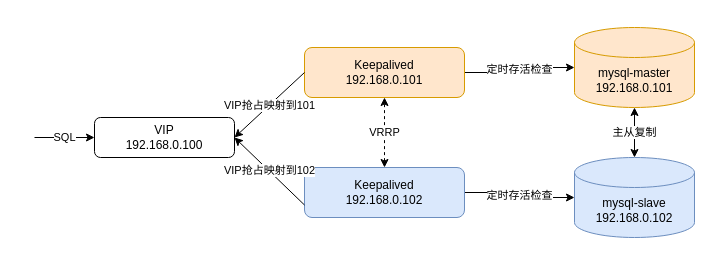
Before: mysql-keepalived.drawio in linlin8/linlin8.github.io, a draw.io diagram. Source tidied: cells renumbered, new cells numbered last; positions are measured from the earlier drawing's top-left corner, leaving out a move shared by most shapes. Both pictures are drawn from the tidied source at 100%, with x=0, y=0 at pixel (34, 27).
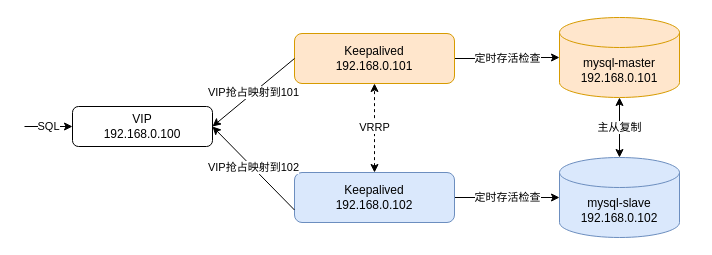
After the change.

Diff of the diagram source:
```diff
@@
 <mxGraphModel>
   <root>
     <mxCell id="0" />
     <mxCell id="1" parent="0" />
     <mxCell id="2" value="mysql-master&lt;br&gt;192.168.0.101" style="shape=cylinder3;whiteSpace=wrap;html=1;boundedLbl=1;backgroundOutline=1;size=15;fillColor=#ffe6cc;strokeColor=#d79b00;" parent="1" vertex="1">
-      <mxGeometry x="540" width="120" height="80" as="geometry" />
+      <mxGeometry x="525" y="-10" width="120" height="80" as="geometry" />
     </mxCell>
     <mxCell id="3" value="mysql-slave&lt;br&gt;192.168.0.102" style="shape=cylinder3;whiteSpace=wrap;html=1;boundedLbl=1;backgroundOutline=1;size=15;fillColor=#dae8fc;strokeColor=#6c8ebf;" parent="1" vertex="1">
-      <mxGeometry x="540" y="130" width="120" height="80" as="geometry" />
+      <mxGeometry x="525" y="130" width="120" height="80" as="geometry" />
     </mxCell>
-    <mxCell id="4" value="定时存活检查" style="edgeStyle=orthogonalEdgeStyle;rounded=1;jettySize=auto;html=1;exitX=1;exitY=0.5;exitDx=0;exitDy=0;entryX=0;entryY=0.5;entryDx=0;entryDy=0;entryPerimeter=0;" parent="1" edge="1" source="5" target="2">
+    <mxCell id="4" value="定时存活检查" style="edgeStyle=orthogonalEdgeStyle;rounded=0;jettySize=auto;html=1;exitX=1;exitY=0.5;exitDx=0;exitDy=0;entryX=0;entryY=0.5;entryDx=0;entryDy=0;entryPerimeter=0;" parent="1" edge="1" source="5" target="2">
       <mxGeometry relative="1" as="geometry" />
     </mxCell>
     <mxCell id="5" value="Keepalived&lt;br&gt;192.168.0.101" style="rounded=1;whiteSpace=wrap;html=1;fillColor=#ffe6cc;strokeColor=#d79b00;" parent="1" vertex="1">
-      <mxGeometry x="270" y="20" width="160" height="50" as="geometry" />
+      <mxGeometry x="260" y="6" width="160" height="50" as="geometry" />
     </mxCell>
-    <mxCell id="6" value="定时存活检查" style="edgeStyle=orthogonalEdgeStyle;rounded=1;jettySize=auto;html=1;exitX=1;exitY=0.5;exitDx=0;exitDy=0;entryX=0;entryY=0.5;entryDx=0;entryDy=0;entryPerimeter=0;" parent="1" edge="1" source="8" target="3">
+    <mxCell id="6" value="定时存活检查" style="edgeStyle=orthogonalEdgeStyle;rounded=0;jettySize=auto;html=1;exitX=1;exitY=0.5;exitDx=0;exitDy=0;entryX=0;entryY=0.5;entryDx=0;entryDy=0;entryPerimeter=0;" parent="1" edge="1" source="8" target="3">
       <mxGeometry relative="1" as="geometry" />
     </mxCell>
     <mxCell id="7" value="VRRP" style="edgeStyle=orthogonalEdgeStyle;rounded=0;jettySize=auto;html=1;startArrow=classic;startFill=1;dashed=1;" parent="1" edge="1" source="8" target="5">
       <mxGeometry relative="1" as="geometry" />
     </mxCell>
     <mxCell id="8" value="Keepalived&lt;br&gt;192.168.0.102" style="rounded=1;whiteSpace=wrap;html=1;fillColor=#dae8fc;strokeColor=#6c8ebf;" parent="1" vertex="1">
-      <mxGeometry x="270" y="140" width="160" height="50" as="geometry" />
+      <mxGeometry x="260" y="145" width="160" height="50" as="geometry" />
     </mxCell>
     <mxCell id="9" value="主从复制" style="endArrow=classic;startArrow=classic;html=1;entryX=0.5;entryY=1;entryDx=0;entryDy=0;entryPerimeter=0;exitX=0.5;exitY=0;exitDx=0;exitDy=0;exitPerimeter=0;rounded=1;" parent="1" edge="1" source="3" target="2">
       <mxGeometry relative="1" as="geometry" />
     </mxCell>
     <mxCell id="10" value="VIP&lt;br&gt;192.168.0.100" style="rounded=1;whiteSpace=wrap;html=1;" parent="1" vertex="1">
-      <mxGeometry x="60" y="90" width="140" height="40" as="geometry" />
+      <mxGeometry x="38" y="79" width="140" height="40" as="geometry" />
     </mxCell>
     <mxCell id="11" value="VIP抢占映射到102" style="endArrow=classic;html=1;exitX=0;exitY=0.75;exitDx=0;exitDy=0;entryX=1;entryY=0.5;entryDx=0;entryDy=0;" parent="1" edge="1" source="8" target="10">
       <mxGeometry relative="1" as="geometry" />
     </mxCell>
     <mxCell id="12" value="VIP抢占映射到101" style="endArrow=classic;html=1;exitX=0;exitY=0.5;exitDx=0;exitDy=0;entryX=1;entryY=0.5;entryDx=0;entryDy=0;" parent="1" edge="1" source="5" target="10">
       <mxGeometry relative="1" as="geometry" />
     </mxCell>
-    <mxCell id="13" value="SQL" style="endArrow=classic;html=1;entryX=0;entryY=0.5;entryDx=0;entryDy=0;" parent="1" edge="1" target="10">
+    <mxCell id="13" value="SQL" style="endArrow=classic;html=1;entryX=0;entryY=0.5;entryDx=0;entryDy=0;" parent="1" edge="1">
       <mxGeometry relative="1" as="geometry">
-        <mxPoint y="110" as="sourcePoint" />
+        <mxPoint x="-10" y="99" as="sourcePoint" />
+        <mxPoint x="38" y="99" as="targetPoint" />
       </mxGeometry>
     </mxCell>
   </root>
 </mxGraphModel>
```
